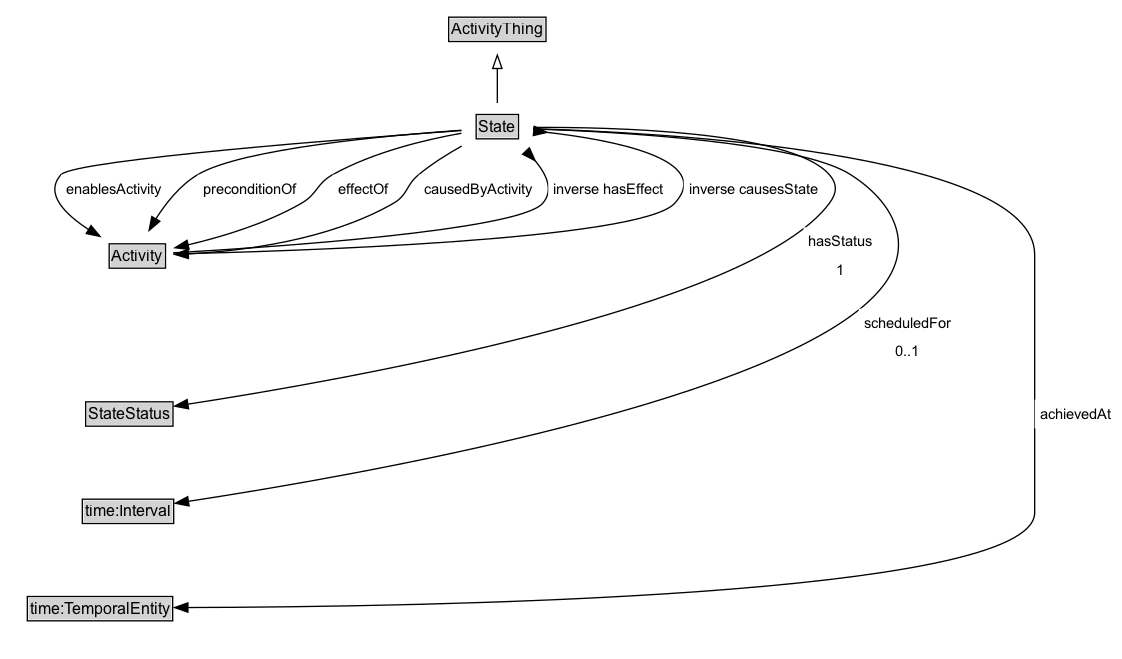
This is docs/diagrams/State.dot.png from ISO-TC204/ontology-cdm-p1-v1, a Graphviz export, as it was before one commit. Its source is kept beside it as docs/diagrams/State.dot.
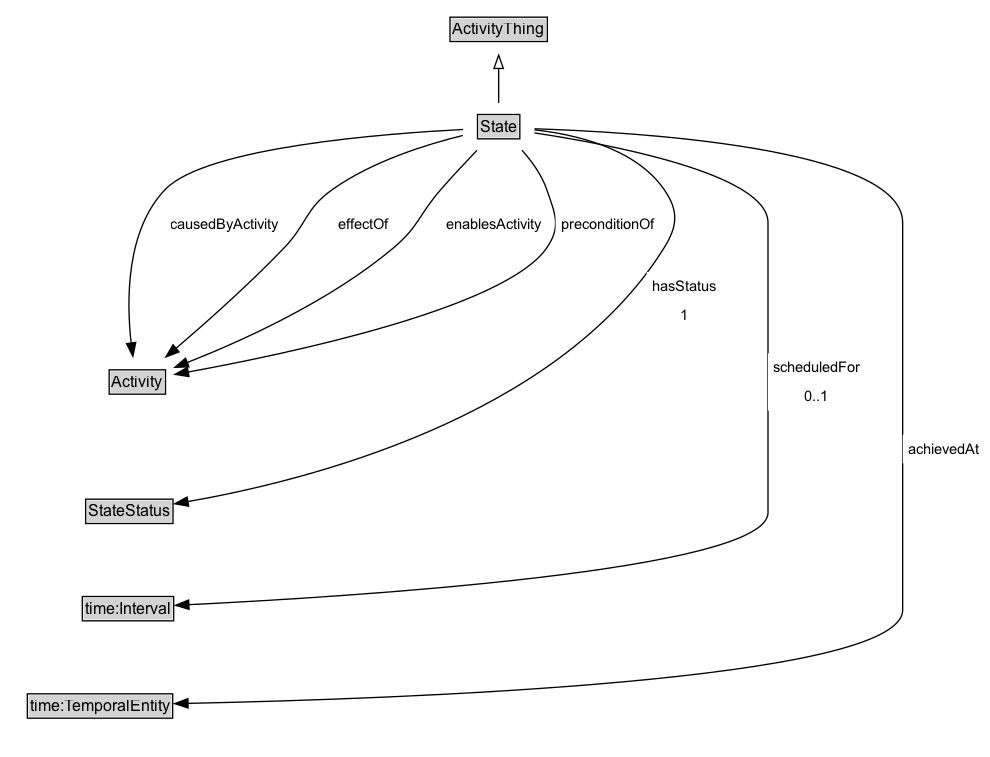
After the change.

Change to the diagram source:
```diff
@@ -27,14 +27,12 @@
 	time_TemporalEntity [label=<<TABLE BORDER="1" CELLBORDER="0" CELLSPACING="0" CELLPADDING="1"><TR><TD BGCOLOR="lightgray" ALIGN="CENTER">time:TemporalEntity</TD></TR></TABLE>> URL="https://w3id.org/citydata/imported/time/latest/TemporalEntity" margin=0]
 	State -> time_TemporalEntity [label=<<TABLE BORDER="0" CELLBORDER="0" CELLSPACING="0" CELLPADDING="4" BGCOLOR="white"><TR><TD ALIGN="CENTER">achievedAt</TD></TR></TABLE>> arrowhead=normal style=solid]
 	Activity [label=<<TABLE BORDER="1" CELLBORDER="0" CELLSPACING="0" CELLPADDING="1"><TR><TD BGCOLOR="lightgray" ALIGN="CENTER">Activity</TD></TR></TABLE>> URL="../Activity" margin=0]
+	State -> Activity [label=<<TABLE BORDER="0" CELLBORDER="0" CELLSPACING="0" CELLPADDING="4" BGCOLOR="white"><TR><TD ALIGN="CENTER">causedByActivity</TD></TR></TABLE>> arrowhead=normal style=solid]
+	State -> Activity [label=<<TABLE BORDER="0" CELLBORDER="0" CELLSPACING="0" CELLPADDING="4" BGCOLOR="white"><TR><TD ALIGN="CENTER">effectOf</TD></TR></TABLE>> arrowhead=normal style=solid]
 	State -> Activity [label=<<TABLE BORDER="0" CELLBORDER="0" CELLSPACING="0" CELLPADDING="4" BGCOLOR="white"><TR><TD ALIGN="CENTER">enablesActivity</TD></TR></TABLE>> arrowhead=normal style=solid]
+	State -> Activity [label=<<TABLE BORDER="0" CELLBORDER="0" CELLSPACING="0" CELLPADDING="4" BGCOLOR="white"><TR><TD ALIGN="CENTER">preconditionOf</TD></TR></TABLE>> arrowhead=normal style=solid]
+	StateStatus [label=<<TABLE BORDER="1" CELLBORDER="0" CELLSPACING="0" CELLPADDING="1"><TR><TD BGCOLOR="lightgray" ALIGN="CENTER">StateStatus</TD></TR></TABLE>> URL="../StateStatus" margin=0]
+	State -> StateStatus [label=<<TABLE BORDER="0" CELLBORDER="0" CELLSPACING="0" CELLPADDING="4" BGCOLOR="white"><TR><TD ALIGN="CENTER">hasStatus</TD></TR><TR><TD ALIGN="CENTER">1</TD></TR></TABLE>> arrowhead=normal style=solid]
 	time_Interval [label=<<TABLE BORDER="1" CELLBORDER="0" CELLSPACING="0" CELLPADDING="1"><TR><TD BGCOLOR="lightgray" ALIGN="CENTER">time:Interval</TD></TR></TABLE>> URL="https://w3id.org/citydata/imported/time/latest/Interval" margin=0]
 	State -> time_Interval [label=<<TABLE BORDER="0" CELLBORDER="0" CELLSPACING="0" CELLPADDING="4" BGCOLOR="white"><TR><TD ALIGN="CENTER">scheduledFor</TD></TR><TR><TD ALIGN="CENTER">0..1</TD></TR></TABLE>> arrowhead=normal style=solid]
-	StateStatus [label=<<TABLE BORDER="1" CELLBORDER="0" CELLSPACING="0" CELLPADDING="1"><TR><TD BGCOLOR="lightgray" ALIGN="CENTER">StateStatus</TD></TR></TABLE>> URL="../StateStatus" margin=0]
-	State -> StateStatus [label=<<TABLE BORDER="0" CELLBORDER="0" CELLSPACING="0" CELLPADDING="4" BGCOLOR="white"><TR><TD ALIGN="CENTER">hasStatus</TD></TR><TR><TD ALIGN="CENTER">1</TD></TR></TABLE>> arrowhead=normal style=solid]
-	Activity -> State [label=<<TABLE BORDER="0" CELLBORDER="0" CELLSPACING="0" CELLPADDING="4" BGCOLOR="white"><TR><TD ALIGN="CENTER">inverse hasEffect</TD></TR></TABLE>> arrowhead=inv style=solid]
-	State -> Activity [label=<<TABLE BORDER="0" CELLBORDER="0" CELLSPACING="0" CELLPADDING="4" BGCOLOR="white"><TR><TD ALIGN="CENTER">preconditionOf</TD></TR></TABLE>> arrowhead=normal style=solid]
-	Activity -> State [label=<<TABLE BORDER="0" CELLBORDER="0" CELLSPACING="0" CELLPADDING="4" BGCOLOR="white"><TR><TD ALIGN="CENTER">inverse causesState</TD></TR></TABLE>> arrowhead=inv style=solid]
-	State -> Activity [label=<<TABLE BORDER="0" CELLBORDER="0" CELLSPACING="0" CELLPADDING="4" BGCOLOR="white"><TR><TD ALIGN="CENTER">effectOf</TD></TR></TABLE>> arrowhead=normal style=solid]
-	State -> Activity [label=<<TABLE BORDER="0" CELLBORDER="0" CELLSPACING="0" CELLPADDING="4" BGCOLOR="white"><TR><TD ALIGN="CENTER">causedByActivity</TD></TR></TABLE>> arrowhead=normal style=solid]
 }
```
